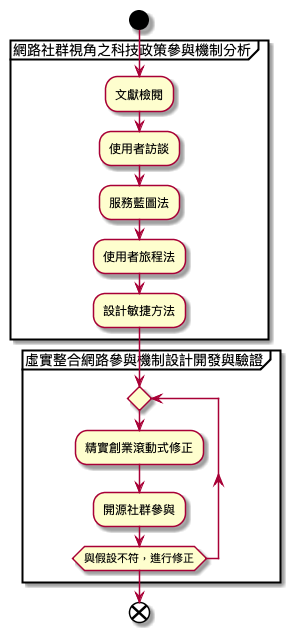
The PlantUML diagram report2/research_flow.png in SenseTW/ArrTMDReport, before a commit. The source it was exported from:
```plantuml
@startuml
start
partition 網路社群視角之科技政策參與機制分析 {
:文獻檢閱;
:使用者訪談;
:服務藍圖法;
:使用者旅程法;
:設計敏捷方法;
}
partition 虛實整合網路參與機制設計開發與驗證 {
    repeat
    :精實創業滾動式修正;
    :開源社群參與;
    repeat while (與假設不符，進行修正)
}
end
@enduml
```
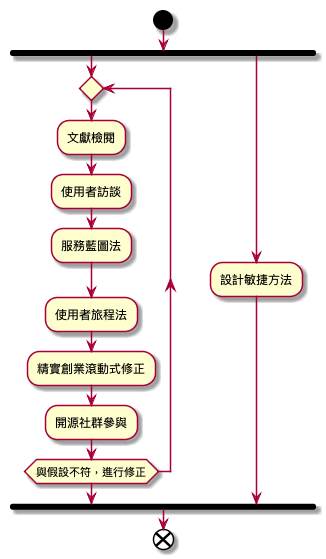
After the commit.

The edit, as a diff of the source:
```diff
@@ -1,17 +1,16 @@
 @startuml
 start
-partition 網路社群視角之科技政策參與機制分析 {
-:文獻檢閱;
-:使用者訪談;
-:服務藍圖法;
-:使用者旅程法;
-:設計敏捷方法;
-}
-partition 虛實整合網路參與機制設計開發與驗證 {
+fork
     repeat
+    :文獻檢閱;
+    :使用者訪談;
+    :服務藍圖法;
+    :使用者旅程法;
     :精實創業滾動式修正;
     :開源社群參與;
     repeat while (與假設不符，進行修正)
-}
+fork again
+   :設計敏捷方法;
+endfork
 end
 @enduml
```
